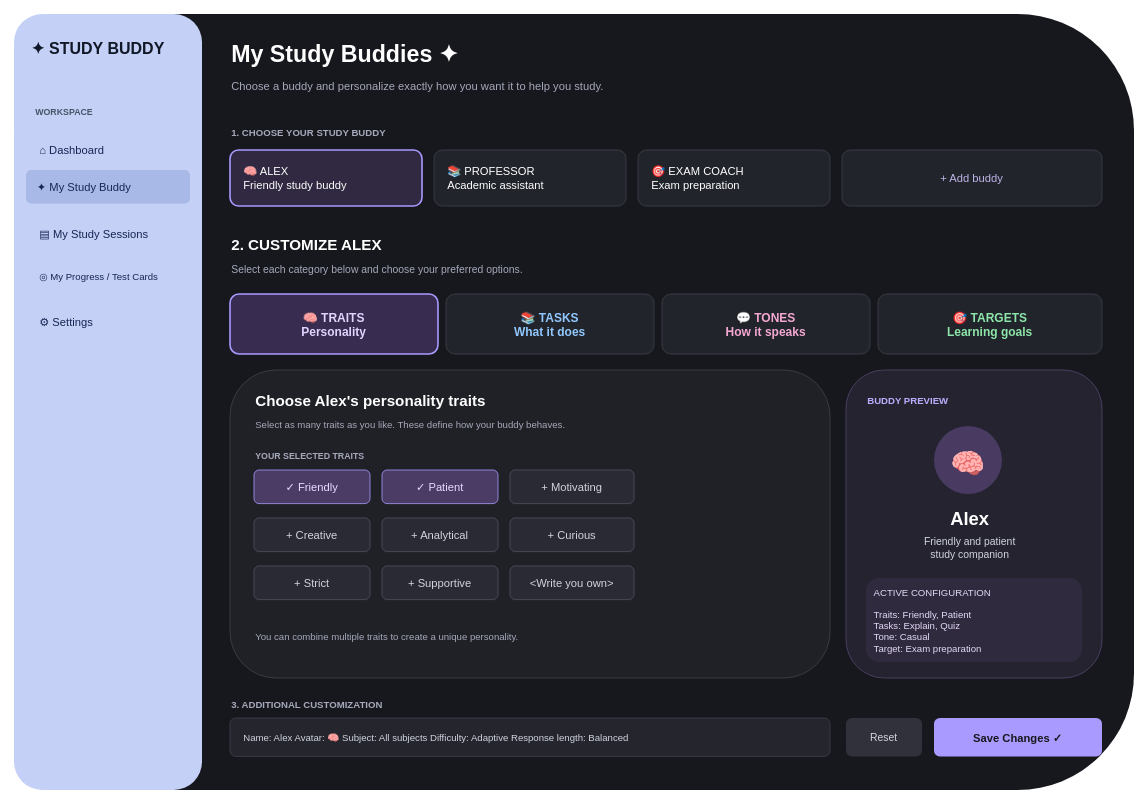
This is page "Side-5" (5 of 5) of exam_project/Designs/DrawIo/StudyBuddies.drawio from jarrald/LLM-group-a, a draw.io file, before an edit. Source tidied: cells renumbered, new cells numbered last; positions are measured from the earlier drawing's top-left corner, leaving out a move shared by most shapes. Both pictures are drawn from the tidied source at 80%, with x=0, y=0 at pixel (14, 14).
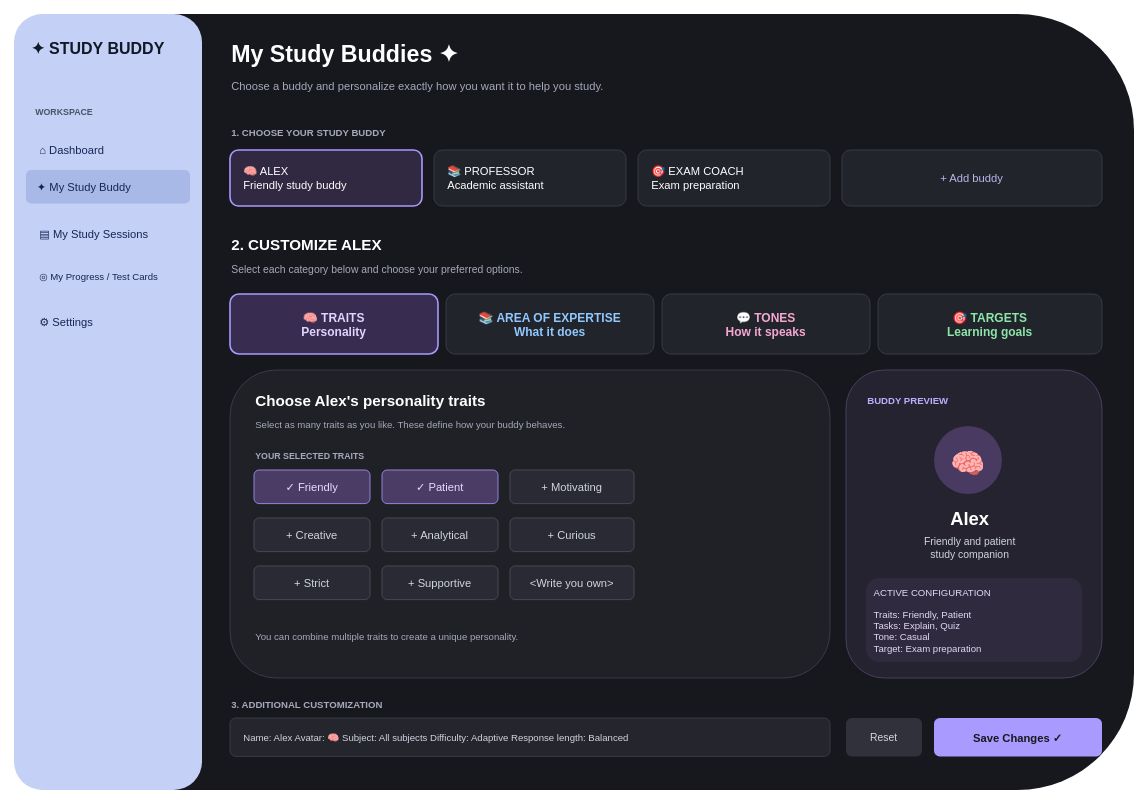
Above is the later version.

What changed in the source:
```diff
@@
-    <mxCell id="21" value="📚  TASKS&#10;What it does" style="rounded=1;whiteSpace=wrap;fillColor=#22242C;strokeColor=#41424D;fontColor=#91C9FF;fontStyle=1;fontSize=15;" parent="1" vertex="1">
+    <mxCell id="21" value="📚 AREA OF EXPERTISE&#10;What it does" style="rounded=1;whiteSpace=wrap;fillColor=#22242C;strokeColor=#41424D;fontColor=#91C9FF;fontStyle=1;fontSize=15;" parent="1" vertex="1">
       <mxGeometry x="540" y="350" width="260" height="75" as="geometry" />
     </mxCell>
```
